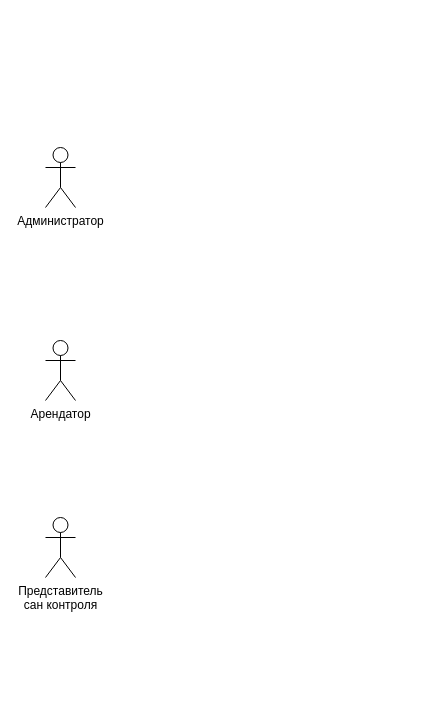
desurestar/cusov keeps this draw.io diagram as Диаграмма без названия.drawio. Above is the earlier version. Source tidied: cells renumbered, new cells numbered last; positions are measured from the earlier drawing's top-left corner, leaving out a move shared by most shapes. Both pictures are drawn from the tidied source at 100%, with x=0, y=0 at pixel (45, 147).
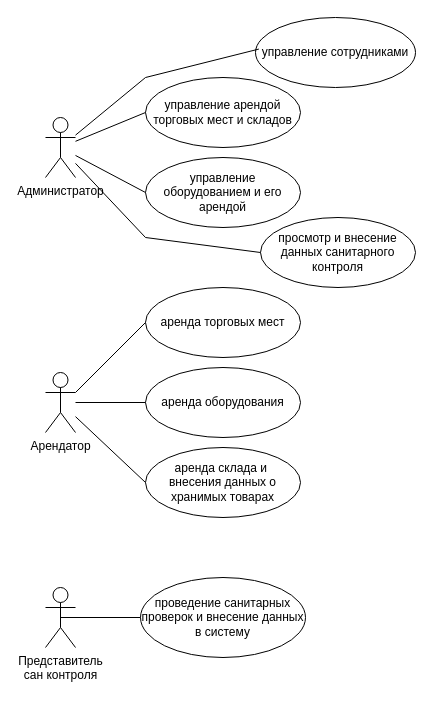
The same page after the edit.

What changed in the source:
```diff
@@
     <mxCell id="2" value="Администратор" style="shape=umlActor;verticalLabelPosition=bottom;verticalAlign=top;html=1;outlineConnect=0;" parent="1" vertex="1">
-      <mxGeometry width="30" height="60" as="geometry" />
+      <mxGeometry y="-30" width="30" height="60" as="geometry" />
     </mxCell>
     <mxCell id="3" value="Арендатор" style="shape=umlActor;verticalLabelPosition=bottom;verticalAlign=top;html=1;outlineConnect=0;" parent="1" vertex="1">
-      <mxGeometry y="193" width="30" height="60" as="geometry" />
+      <mxGeometry y="225" width="30" height="60" as="geometry" />
     </mxCell>
     <mxCell id="4" value="Представитель&lt;div&gt;сан контроля&lt;/div&gt;" style="shape=umlActor;verticalLabelPosition=bottom;verticalAlign=top;html=1;outlineConnect=0;" parent="1" vertex="1">
-      <mxGeometry y="370" width="30" height="60" as="geometry" />
+      <mxGeometry y="440" width="30" height="60" as="geometry" />
     </mxCell>
+    <mxCell id="5" value="управление сотрудниками" style="ellipse;whiteSpace=wrap;html=1;" parent="1" vertex="1">
+      <mxGeometry x="210" y="-130" width="160" height="70" as="geometry" />
+    </mxCell>
+    <mxCell id="6" value="управление арендой торговых мест и складов" style="ellipse;whiteSpace=wrap;html=1;" parent="1" vertex="1">
+      <mxGeometry x="100" y="-70" width="155" height="70" as="geometry" />
+    </mxCell>
+    <mxCell id="7" value="управление оборудованием и его арендой" style="ellipse;whiteSpace=wrap;html=1;" parent="1" vertex="1">
+      <mxGeometry x="100" y="10" width="155" height="70" as="geometry" />
+    </mxCell>
+    <mxCell id="8" value="просмотр и внесение данных санитарного контроля" style="ellipse;whiteSpace=wrap;html=1;" parent="1" vertex="1">
+      <mxGeometry x="215" y="70" width="155" height="70" as="geometry" />
+    </mxCell>
+    <mxCell id="9" style="endArrow=none;html=1;rounded=0;entryX=0;entryY=0.5;entryDx=0;entryDy=0;" parent="1" edge="1" source="2" target="6">
+      <mxGeometry relative="1" as="geometry" />
+    </mxCell>
+    <mxCell id="10" style="endArrow=none;html=1;rounded=0;entryX=0.021;entryY=0.451;entryDx=0;entryDy=0;entryPerimeter=0;" parent="1" edge="1" source="2" target="5">
+      <mxGeometry relative="1" as="geometry">
+        <Array as="points">
+          <mxPoint x="100" y="-70" />
+        </Array>
+      </mxGeometry>
+    </mxCell>
+    <mxCell id="11" style="endArrow=none;html=1;rounded=0;entryX=0;entryY=0.5;entryDx=0;entryDy=0;" parent="1" edge="1" source="2" target="7">
+      <mxGeometry relative="1" as="geometry" />
+    </mxCell>
+    <mxCell id="12" style="endArrow=none;html=1;rounded=0;entryX=0;entryY=0.5;entryDx=0;entryDy=0;" parent="1" edge="1" source="2" target="8">
+      <mxGeometry relative="1" as="geometry">
+        <Array as="points">
+          <mxPoint x="100" y="90" />
+        </Array>
+      </mxGeometry>
+    </mxCell>
+    <mxCell id="13" value="аренда торговых мест" style="ellipse;whiteSpace=wrap;html=1;" parent="1" vertex="1">
+      <mxGeometry x="100" y="140" width="155" height="70" as="geometry" />
+    </mxCell>
+    <mxCell id="14" value="аренда оборудования" style="ellipse;whiteSpace=wrap;html=1;" parent="1" vertex="1">
+      <mxGeometry x="100" y="220" width="155" height="70" as="geometry" />
+    </mxCell>
+    <mxCell id="15" value="аренда склада и&amp;nbsp;&lt;div&gt;внесения данных о хранимых товарах&lt;/div&gt;" style="ellipse;whiteSpace=wrap;html=1;" parent="1" vertex="1">
+      <mxGeometry x="100" y="300" width="155" height="70" as="geometry" />
+    </mxCell>
+    <mxCell id="16" value="проведение санитарных проверок и&amp;nbsp;&lt;span style=&quot;background-color: initial;&quot;&gt;внесение данных в систему&lt;/span&gt;" style="ellipse;whiteSpace=wrap;html=1;" parent="1" vertex="1">
+      <mxGeometry x="95" y="430" width="165" height="80" as="geometry" />
+    </mxCell>
+    <mxCell id="17" style="endArrow=none;html=1;rounded=0;entryX=0;entryY=0.5;entryDx=0;entryDy=0;exitX=1;exitY=0.3333333333333333;exitDx=0;exitDy=0;exitPerimeter=0;" parent="1" edge="1" source="3" target="13">
+      <mxGeometry relative="1" as="geometry" />
+    </mxCell>
+    <mxCell id="18" style="endArrow=none;html=1;rounded=0;entryX=0;entryY=0.5;entryDx=0;entryDy=0;" parent="1" edge="1" source="3" target="14">
+      <mxGeometry relative="1" as="geometry" />
+    </mxCell>
+    <mxCell id="19" style="endArrow=none;html=1;rounded=0;entryX=0;entryY=0.5;entryDx=0;entryDy=0;" parent="1" edge="1" source="3" target="15">
+      <mxGeometry relative="1" as="geometry" />
+    </mxCell>
+    <mxCell id="20" style="endArrow=none;html=1;rounded=0;exitX=0.5;exitY=0.5;exitDx=0;exitDy=0;exitPerimeter=0;entryX=0;entryY=0.5;entryDx=0;entryDy=0;" parent="1" edge="1" source="4" target="16">
+      <mxGeometry relative="1" as="geometry" />
+    </mxCell>
```
